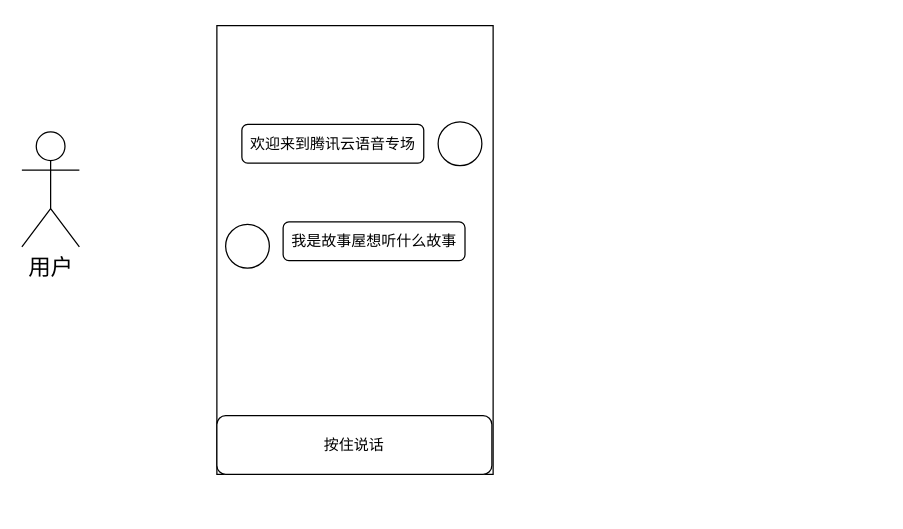
This is 玩转AI语音智能体.drawio from yangbuyiya/yangbuyi-blog-images, a draw.io file, before an edit. Source tidied: cells renumbered, new cells numbered last; positions are measured from the earlier drawing's top-left corner, leaving out a move shared by most shapes. Both pictures are drawn from the tidied source at 125%, with x=0, y=0 at pixel (21, 25).
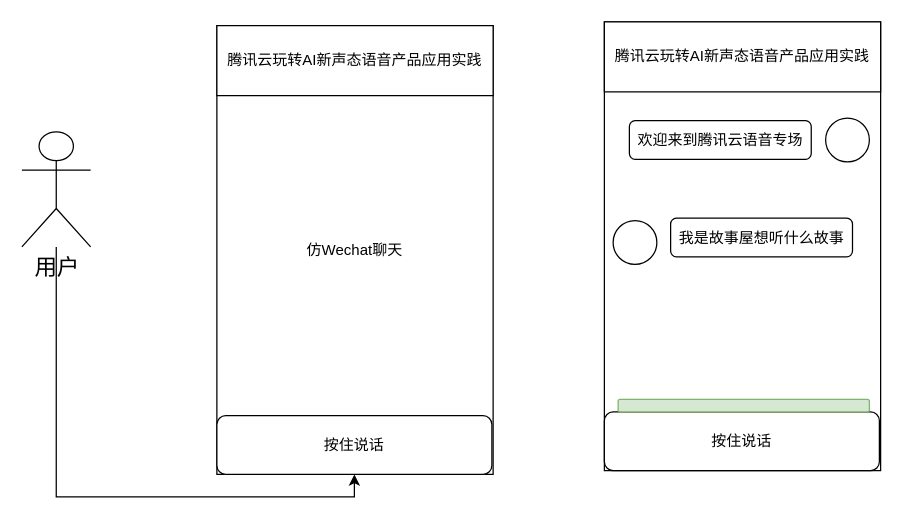
The same diagram, later.

Commit message (it also covers changes not shown here):
更新玩转AI语音智能体.drawio

Diff of the diagram source:
```diff
@@
 <mxGraphModel>
   <root>
     <mxCell id="0" />
     <mxCell id="1" parent="0" />
+    <mxCell id="9" style="edgeStyle=orthogonalEdgeStyle;rounded=0;jettySize=auto;html=1;" parent="1" edge="1" source="2" target="4">
+      <mxGeometry relative="1" as="geometry">
+        <Array as="points">
+          <mxPoint x="28" y="377" />
+          <mxPoint x="266" y="377" />
+        </Array>
+      </mxGeometry>
+    </mxCell>
     <mxCell id="2" value="用户" style="shape=umlActor;verticalLabelPosition=bottom;verticalAlign=top;html=1;outlineConnect=0;fontSize=18;" parent="1" vertex="1">
-      <mxGeometry y="85" width="46" height="92" as="geometry" />
+      <mxGeometry y="85" width="55" height="92" as="geometry" />
     </mxCell>
-    <mxCell id="3" style="rounded=0;whiteSpace=wrap;html=1;" parent="1" vertex="1">
+    <mxCell id="3" value="仿Wechat聊天" style="rounded=0;whiteSpace=wrap;html=1;" parent="1" vertex="1">
       <mxGeometry x="156" width="221" height="359" as="geometry" />
     </mxCell>
     <mxCell id="4" value="按住说话" style="rounded=1;whiteSpace=wrap;html=1;" parent="1" vertex="1">
       <mxGeometry x="156" y="312" width="220" height="47" as="geometry" />
     </mxCell>
-    <mxCell id="5" style="ellipse;whiteSpace=wrap;html=1;" parent="1" vertex="1">
-      <mxGeometry x="333" y="77" width="35" height="35" as="geometry" />
-    </mxCell>
+    <mxCell id="10" value="&lt;div class=&quot;lake-content&quot;&gt;&lt;span class=&quot;ne-text&quot;&gt;腾讯云玩转AI新声态语音产品应用实践&lt;/span&gt;&lt;/div&gt;" style="rounded=0;whiteSpace=wrap;html=1;" parent="1" vertex="1">
+      <mxGeometry x="156" width="221" height="56" as="geometry" />
+    </mxCell>
+    <mxCell id="11" style="rounded=0;whiteSpace=wrap;html=1;" parent="1" vertex="1">
+      <mxGeometry x="466" y="-3" width="221" height="359" as="geometry" />
+    </mxCell>
+    <mxCell id="12" value="按住说话" style="rounded=1;whiteSpace=wrap;html=1;" parent="1" vertex="1">
+      <mxGeometry x="466" y="309" width="220" height="47" as="geometry" />
+    </mxCell>
+    <mxCell id="13" style="ellipse;whiteSpace=wrap;html=1;" parent="1" vertex="1">
+      <mxGeometry x="643" y="74" width="35" height="35" as="geometry" />
+    </mxCell>
     <mxCell id="6" value="欢迎来到腾讯云语音专场" style="rounded=1;whiteSpace=wrap;html=1;" parent="1" vertex="1">
-      <mxGeometry x="176" y="79" width="145.5" height="31" as="geometry" />
+      <mxGeometry x="486" y="76" width="145.5" height="31" as="geometry" />
     </mxCell>
-    <mxCell id="7" style="ellipse;whiteSpace=wrap;html=1;" parent="1" vertex="1">
-      <mxGeometry x="163" y="159" width="35" height="35" as="geometry" />
-    </mxCell>
+    <mxCell id="14" style="ellipse;whiteSpace=wrap;html=1;" parent="1" vertex="1">
+      <mxGeometry x="473" y="156" width="35" height="35" as="geometry" />
+    </mxCell>
     <mxCell id="8" value="我是故事屋想听什么故事" style="rounded=1;whiteSpace=wrap;html=1;" parent="1" vertex="1">
-      <mxGeometry x="209" y="157" width="145.5" height="31" as="geometry" />
+      <mxGeometry x="519" y="154" width="145.5" height="31" as="geometry" />
     </mxCell>
+    <mxCell id="15" value="&lt;div class=&quot;lake-content&quot;&gt;&lt;span class=&quot;ne-text&quot;&gt;腾讯云玩转AI新声态语音产品应用实践&lt;/span&gt;&lt;/div&gt;" style="rounded=0;whiteSpace=wrap;html=1;" parent="1" vertex="1">
+      <mxGeometry x="466" y="-3" width="221" height="56" as="geometry" />
+    </mxCell>
+    <mxCell id="16" style="rounded=1;whiteSpace=wrap;html=1;labelBackgroundColor=#00FF00;labelBorderColor=none;fillColor=#d5e8d4;strokeColor=#82b366;" parent="1" vertex="1">
+      <mxGeometry x="477" y="299" width="201" height="10" as="geometry" />
+    </mxCell>
   </root>
 </mxGraphModel>
```
